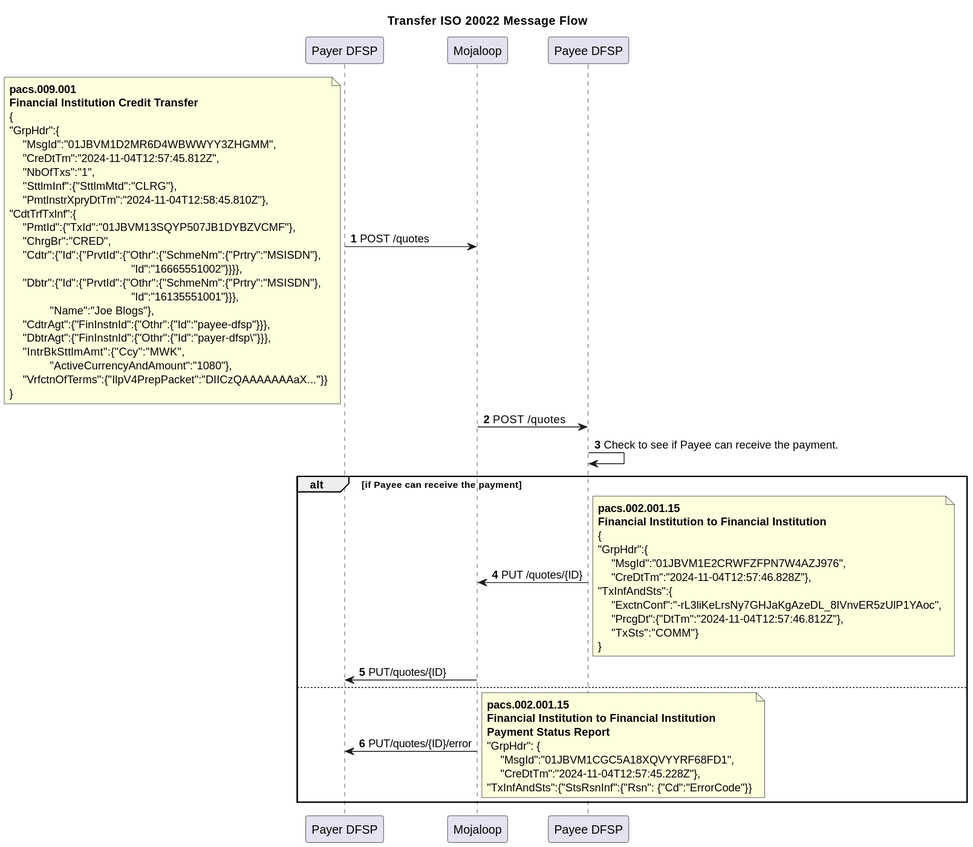
Earlier version of the PlantUML export Workstream documents/MarketPracticeDoc/SequenceDiagrams/Transfer.svg (mojaloop/iso-20022-docs).
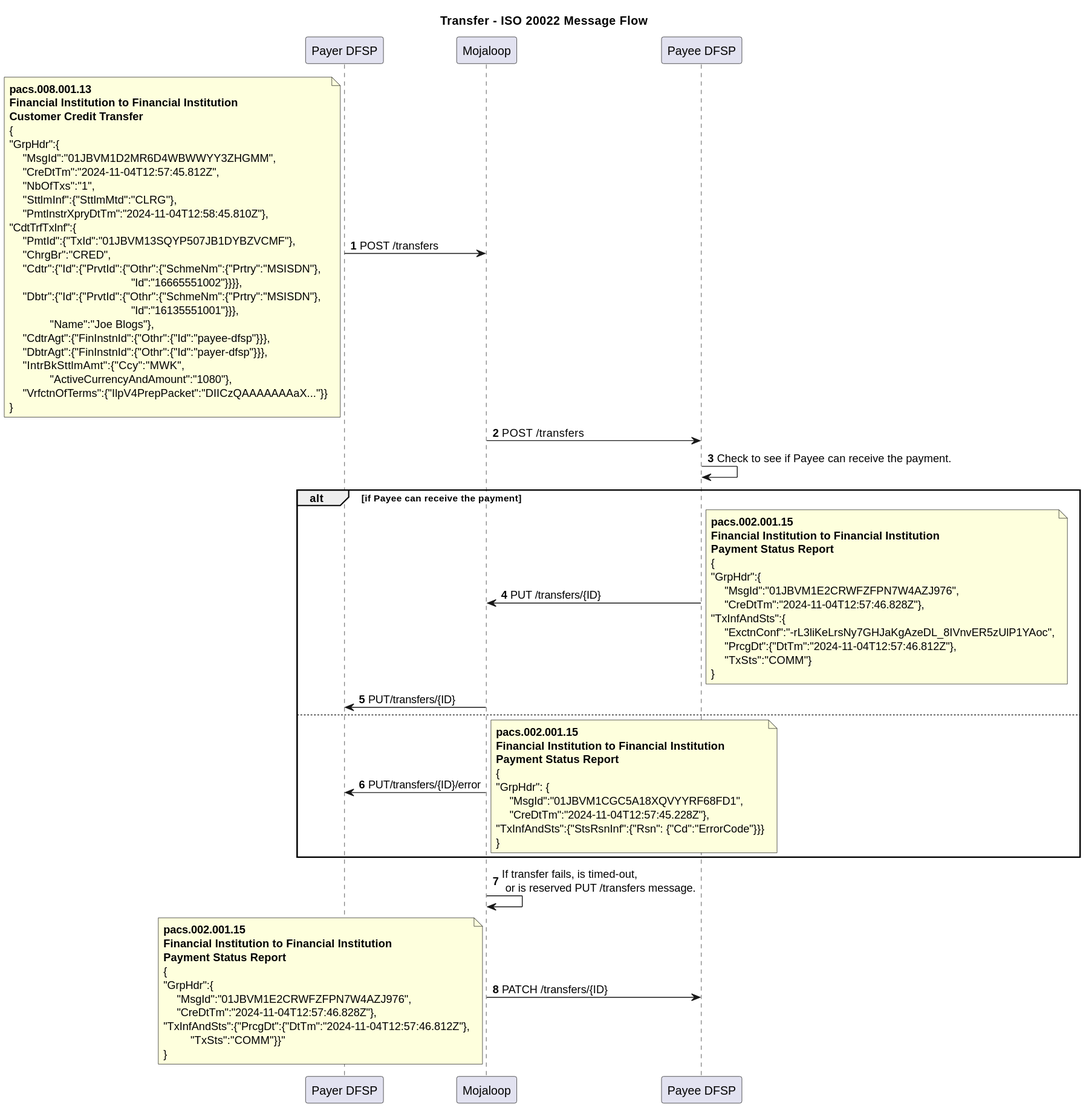
The same diagram one commit later.

Change to the diagram source:
```diff
@@ -1,16 +1,17 @@
 @startuml
 
-Title Transfer ISO 20022 Message Flow
+Title Transfer - ISO 20022 Message Flow
 participant PayerDFSP as "Payer DFSP"
 participant Mojaloop as "Mojaloop"
 participant PayeeDFSP as "Payee DFSP"
 
 autonumber
 
-PayerDFSP -> Mojaloop: POST /quotes
+PayerDFSP -> Mojaloop: POST /transfers
 note left
-**pacs.009.001**
-**Financial Institution Credit Transfer**
+**pacs.008.001.13**
+**Financial Institution to Financial Institution**
+**Customer Credit Transfer**
 {
 "GrpHdr":{
     "MsgId":"01JBVM1D2MR6D4WBWWYY3ZHGMM",
@@ -27,19 +28,20 @@
                                     "Id":"16135551001"}}},
             "Name":"Joe Blogs"},
     "CdtrAgt":{"FinInstnId":{"Othr":{"Id":"payee-dfsp"}}},
-    "DbtrAgt":{"FinInstnId":{"Othr":{"Id":"payer-dfsp\"}}},
+    "DbtrAgt":{"FinInstnId":{"Othr":{"Id":"payer-dfsp"}}},
     "IntrBkSttlmAmt":{"Ccy":"MWK",
             "ActiveCurrencyAndAmount":"1080"},
     "VrfctnOfTerms":{"IlpV4PrepPacket":"DIICzQAAAAAAAaX..."}}
 }
 end note
-Mojaloop -> PayeeDFSP: POST  /quotes
+Mojaloop -> PayeeDFSP: POST  /transfers
 PayeeDFSP -> PayeeDFSP: Check to see if Payee can receive the payment.
 alt if Payee can receive the payment
-PayeeDFSP -> Mojaloop: PUT /quotes/{ID}
+PayeeDFSP -> Mojaloop: PUT /transfers/{ID}
 note right
 **pacs.002.001.15**
 **Financial Institution to Financial Institution**
+**Payment Status Report**
 {
 "GrpHdr":{
     "MsgId":"01JBVM1E2CRWFZFPN7W4AZJ976",
@@ -50,20 +52,37 @@
     "TxSts":"COMM"}
 }
 end note
-Mojaloop -> PayerDFSP: PUT/quotes/{ID}
+Mojaloop -> PayerDFSP: PUT/transfers/{ID}
 
 else
 
-Mojaloop -> PayerDFSP: PUT/quotes/{ID}/error
+Mojaloop -> PayerDFSP: PUT/transfers/{ID}/error
 note right
 **pacs.002.001.15**
 **Financial Institution to Financial Institution**
 **Payment Status Report**
+{
 "GrpHdr": {
     "MsgId":"01JBVM1CGC5A18XQVYYRF68FD1",
     "CreDtTm":"2024-11-04T12:57:45.228Z"},
-"TxInfAndSts":{"StsRsnInf":{"Rsn": {"Cd":"ErrorCode"}}
+"TxInfAndSts":{"StsRsnInf":{"Rsn": {"Cd":"ErrorCode"}}}
+}
 end note
 end
 
+Mojaloop->Mojaloop: If transfer fails, is timed-out,\n or is reserved PUT /transfers message.
+
+Mojaloop->PayeeDFSP: PATCH /transfers/{ID}
+note left
+**pacs.002.001.15**
+**Financial Institution to Financial Institution**
+**Payment Status Report**
+{
+"GrpHdr":{
+    "MsgId":"01JBVM1E2CRWFZFPN7W4AZJ976",
+    "CreDtTm":"2024-11-04T12:57:46.828Z"},
+"TxInfAndSts":{"PrcgDt":{"DtTm":"2024-11-04T12:57:46.812Z"},
+        "TxSts":"COMM"}}"
+}
+end note
 @enduml
```
